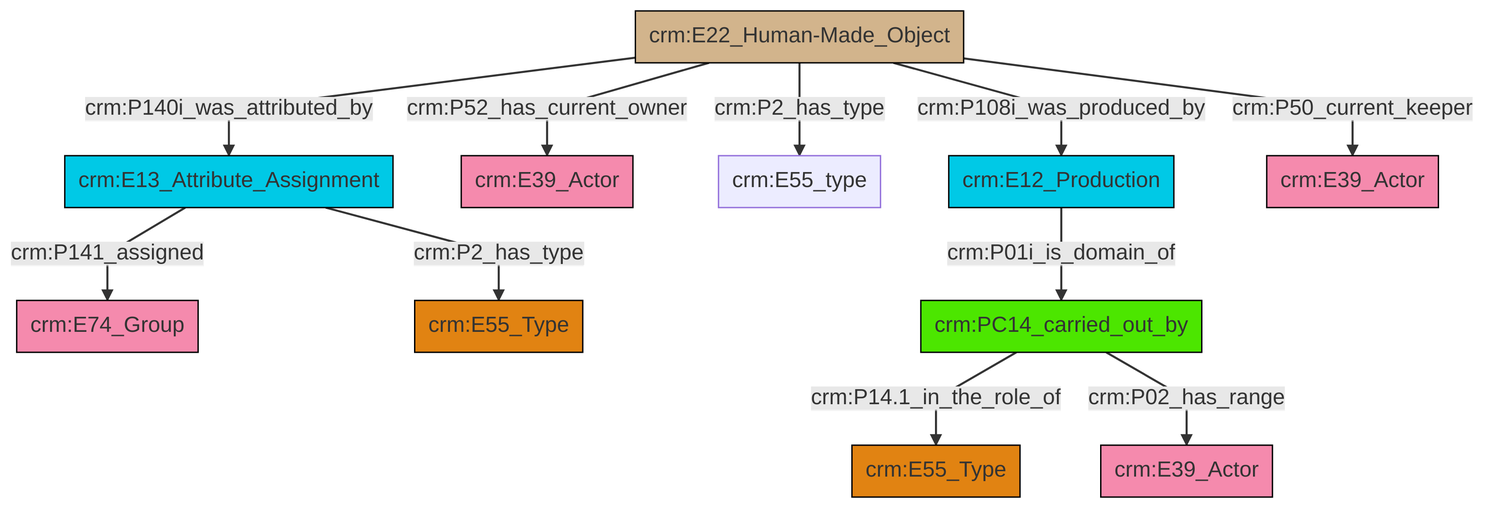
This is et/artworkCSV/ttl/mmd/png/Artwork_Actor_Relations.png from swiss-art-research-net/docs.swissartresearch, a Mermaid export, as it was before one commit. Its source is kept beside it as et/artworkCSV/ttl/mmd/Artwork_Actor_Relations.ttl.mmd.
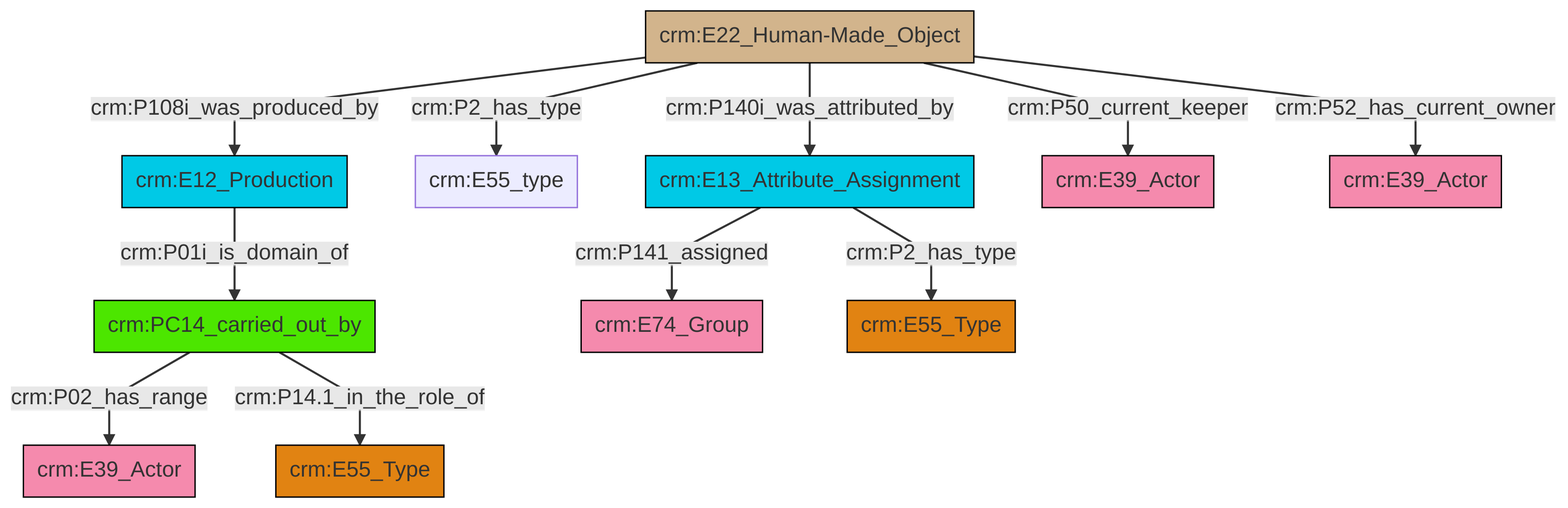
After the commit.

The edit, as a diff of the source:
```diff
@@ -13,13 +13,13 @@
 classDef PC_Classes fill:#4ce600, stroke:#000000;
 classDef Multi fill:#cccccc,stroke:#000000;
 
-0["crm:E22_Human-Made_Object"]:::Physical_Thing -->|crm:P140i_was_attributed_by| 1["crm:E13_Attribute_Assignment"]:::Temporal_Entity
-1["crm:E13_Attribute_Assignment"]:::Temporal_Entity -->|crm:P2_has_type| 13["crm:E55_Type"]:::Type
-0["crm:E22_Human-Made_Object"]:::Physical_Thing -->|crm:P108i_was_produced_by| 11["crm:E12_Production"]:::Temporal_Entity
-0["crm:E22_Human-Made_Object"]:::Physical_Thing -->|crm:P2_has_type| 6["crm:E55_type"]:::Default
-0["crm:E22_Human-Made_Object"]:::Physical_Thing -->|crm:P52_has_current_owner| 2["crm:E39_Actor"]:::Actor
-15["crm:PC14_carried_out_by"]:::PC_Classes -->|crm:P14.1_in_the_role_of| 4["crm:E55_Type"]:::Type
-0["crm:E22_Human-Made_Object"]:::Physical_Thing -->|crm:P50_current_keeper| 19["crm:E39_Actor"]:::Actor
-1["crm:E13_Attribute_Assignment"]:::Temporal_Entity -->|crm:P141_assigned| 9["crm:E74_Group"]:::Actor
-11["crm:E12_Production"]:::Temporal_Entity -->|crm:P01i_is_domain_of| 15["crm:PC14_carried_out_by"]:::PC_Classes
-15["crm:PC14_carried_out_by"]:::PC_Classes -->|crm:P02_has_range| 21["crm:E39_Actor"]:::Actor
+0["crm:E22_Human-Made_Object"]:::Physical_Thing -->|crm:P108i_was_produced_by| 1["crm:E12_Production"]:::Temporal_Entity
+8["crm:PC14_carried_out_by"]:::PC_Classes -->|crm:P02_has_range| 6["crm:E39_Actor"]:::Actor
+0["crm:E22_Human-Made_Object"]:::Physical_Thing -->|crm:P2_has_type| 9["crm:E55_type"]:::Default
+1["crm:E12_Production"]:::Temporal_Entity -->|crm:P01i_is_domain_of| 8["crm:PC14_carried_out_by"]:::PC_Classes
+11["crm:E13_Attribute_Assignment"]:::Temporal_Entity -->|crm:P141_assigned| 12["crm:E74_Group"]:::Actor
+11["crm:E13_Attribute_Assignment"]:::Temporal_Entity -->|crm:P2_has_type| 2["crm:E55_Type"]:::Type
+0["crm:E22_Human-Made_Object"]:::Physical_Thing -->|crm:P140i_was_attributed_by| 11["crm:E13_Attribute_Assignment"]:::Temporal_Entity
+0["crm:E22_Human-Made_Object"]:::Physical_Thing -->|crm:P50_current_keeper| 4["crm:E39_Actor"]:::Actor
+0["crm:E22_Human-Made_Object"]:::Physical_Thing -->|crm:P52_has_current_owner| 16["crm:E39_Actor"]:::Actor
+8["crm:PC14_carried_out_by"]:::PC_Classes -->|crm:P14.1_in_the_role_of| 21["crm:E55_Type"]:::Type
```
